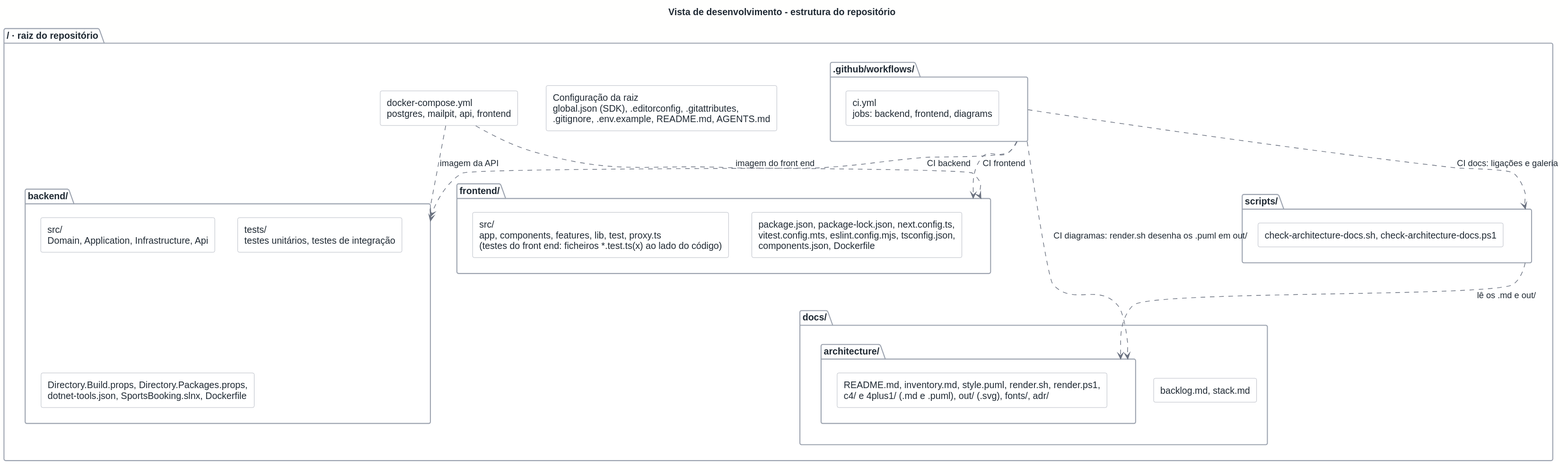
Above: docs/architecture/out/development-repo.svg in rodrigo4sousa/SportsEstablishments (PlantUML), before the change.
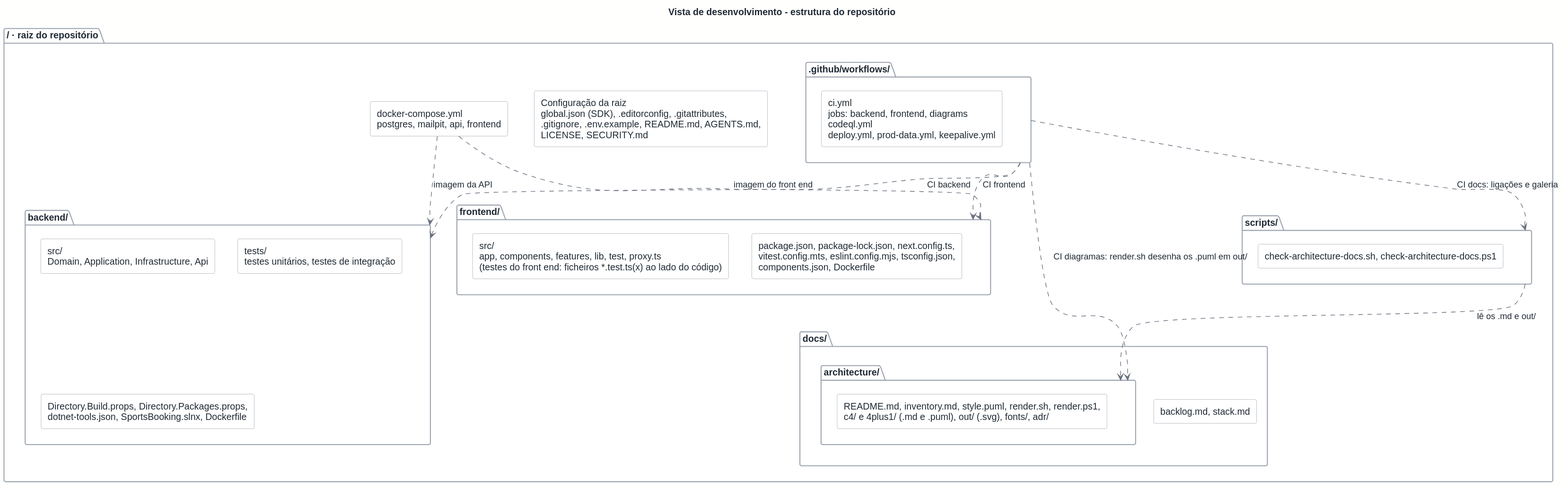
The same diagram one commit later.

Commit message:
chore: license, security policy and dependency scanning

The edit, as a diff of the source:
```diff
@@ -5,7 +5,7 @@
 skinparam defaultTextAlignment left
 
 folder "/ · raiz do repositório" as ROOT {
-  rectangle "Configuração da raiz\nglobal.json (SDK), .editorconfig, .gitattributes,\n.gitignore, .env.example, README.md, AGENTS.md" as DEV_ROOTCFG
+  rectangle "Configuração da raiz\nglobal.json (SDK), .editorconfig, .gitattributes,\n.gitignore, .env.example, README.md, AGENTS.md,\nLICENSE, SECURITY.md" as DEV_ROOTCFG
   rectangle "docker-compose.yml\npostgres, mailpit, api, frontend" as DEV_COMPOSE
 
   folder "backend/" as DEV_BACKEND {
@@ -31,7 +31,7 @@
   }
 
   folder ".github/workflows/" as DEV_WORKFLOWS {
-    rectangle "ci.yml\njobs: backend, frontend, diagrams" as W_SRC
+    rectangle "ci.yml\njobs: backend, frontend, diagrams\ncodeql.yml\ndeploy.yml, prod-data.yml, keepalive.yml" as W_SRC
   }
 }
 
```
